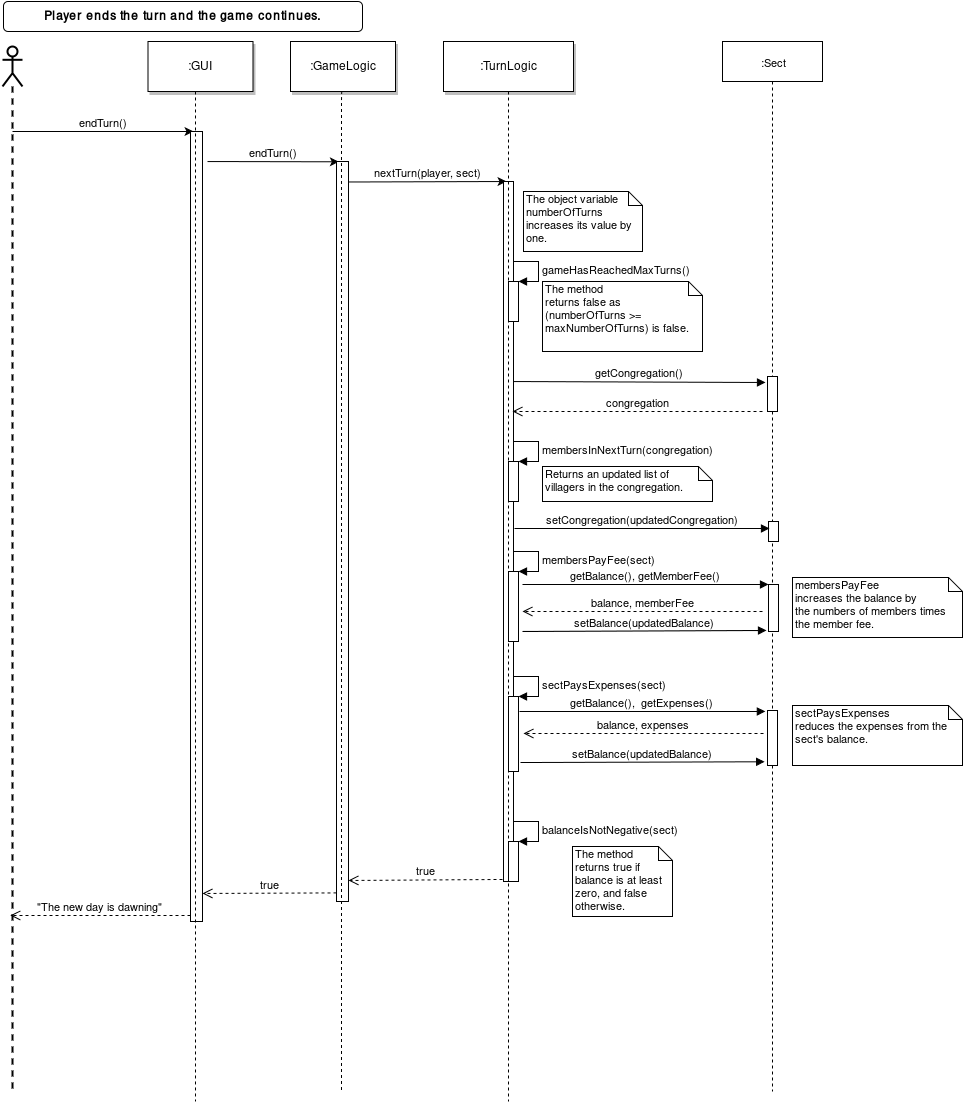
The draw.io diagram dokumentaatio/Sekvenssikaavio 3.png in iah1016/Uusi-aika, before a commit. Source tidied: cells renumbered, new cells last; positions are measured from the earlier drawing's top-left corner, leaving out a move shared by most shapes.
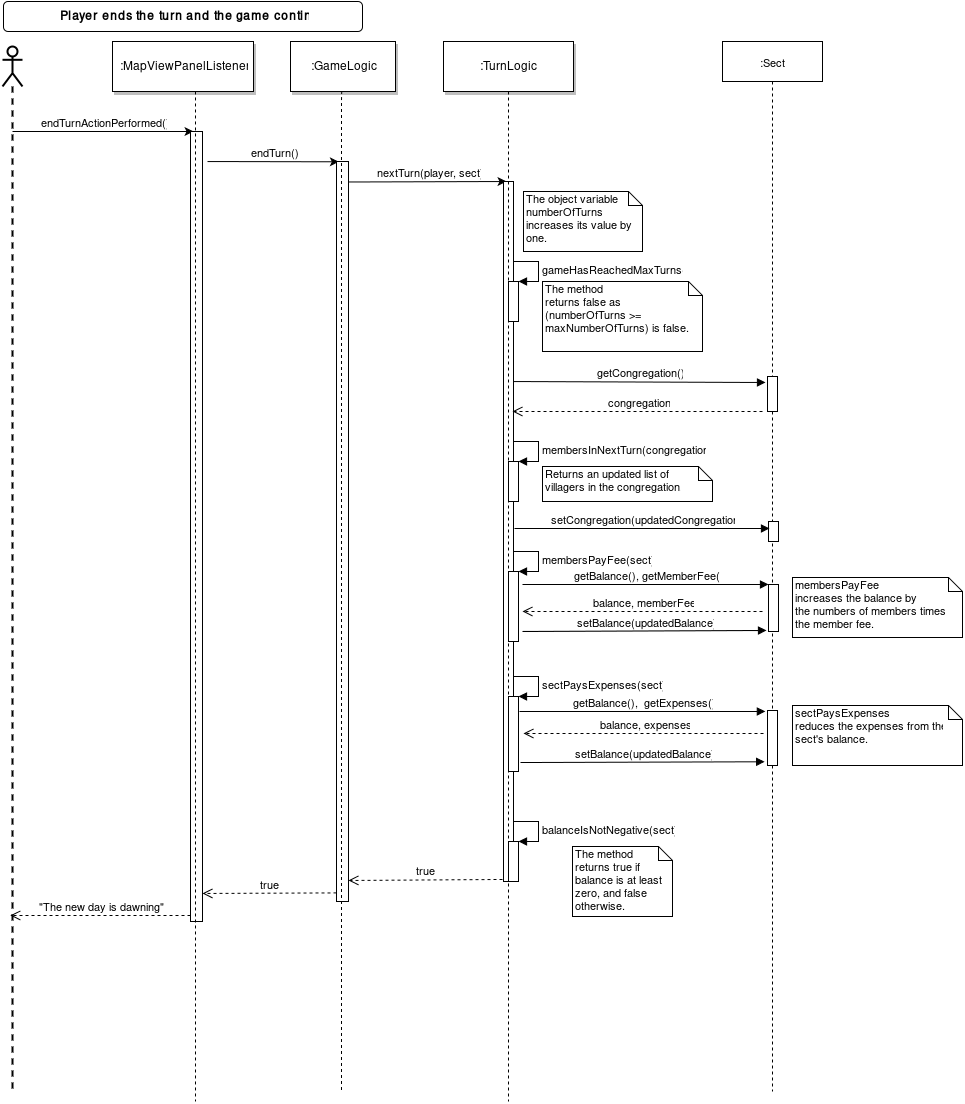
After the commit.

Change to the diagram source:
```diff
@@ -2,11 +2,11 @@
   <root>
     <mxCell id="0" style="html=1;" />
     <mxCell id="1" style="html=1;" parent="0" />
-    <mxCell id="2" value="endTurn()" style="edgeStyle=none;verticalLabelPosition=top;verticalAlign=bottom;labelPosition=left;align=center;html=1;entryX=0.25;entryY=0;" parent="1" edge="1" source="9" target="13">
+    <mxCell id="2" value="endTurnActionPerformed()" style="edgeStyle=none;verticalLabelPosition=top;verticalAlign=bottom;labelPosition=left;align=center;html=1;entryX=0.25;entryY=0;" parent="1" edge="1" source="9" target="13">
       <mxGeometry x="110" y="49.5" as="geometry" />
     </mxCell>
-    <mxCell id="3" value=":GUI" style="shadow=1;fillColor=#FFFFFF;strokeColor=#000000;html=1;" parent="1" vertex="1">
-      <mxGeometry x="145.5" y="40" width="105" height="50" as="geometry" />
+    <mxCell id="3" value=":MapViewPanelListener" style="shadow=1;fillColor=#FFFFFF;strokeColor=#000000;html=1;" parent="1" vertex="1">
+      <mxGeometry x="110" y="40" width="141" height="50" as="geometry" />
     </mxCell>
     <mxCell id="4" value=":GameLogic" style="shadow=1;fillColor=#FFFFFF;strokeColor=#000000;html=1;" parent="1" vertex="1">
       <mxGeometry x="288" y="40" width="105" height="50" as="geometry" />
```
